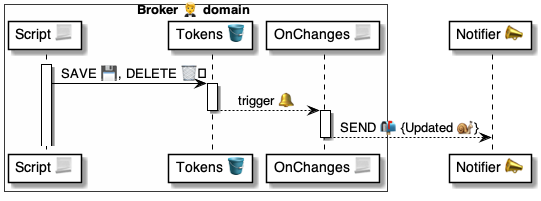
Above: 4 ⚙️ Solution/20 🧑‍🦰 UI/Brokers 🤵/🤵🪣 Broker tables/Tokens 🎫 table/🪣🔔 OnTokenAltered/🤵 OnTokenAltered ⚙️ uml.png in pollyweb-org/pollyweb-docs (PlantUML), before the change. Its source is kept beside it as 4 ⚙️ Solution/20 🧑‍🦰 UI/Brokers 🤵/🤵🪣 Broker tables/Tokens 🎫 table/🪣🔔 OnTokenAltered/🤵 OnTokenAltered ⚙️ uml.puml.
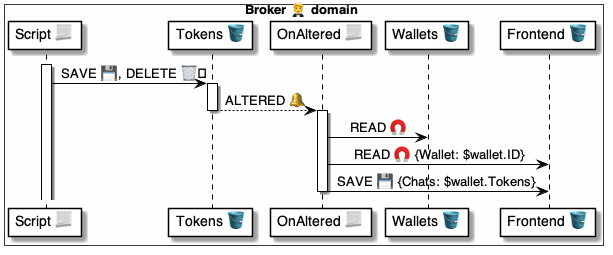
After the commit.

What changed in the source:
```diff
@@ -4,21 +4,23 @@
 box Broker 🤵 domain #FFFFFA
     participant "Script 📃" as script
     participant "Tokens 🪣" as tokens
-    participant "OnChanges 📃" as change
+    participant "OnAltered 📃" as handler
+    participant "Wallets 🪣" as wallets
+    participant "Frontend 🪣" as frontend
 end box
-
-participant "Notifier 📣" as notifier
 
 
 activate script
     script -> tokens: SAVE 💾, DELETE 🗑️
 
 activate tokens
-    tokens --> change: trigger 🔔
+    tokens --> handler: ALTERED 🔔
 deactivate tokens
 
-activate change
-    change --> notifier: SEND 📬 {Updated 🐌}
-deactivate change
+activate handler
+    handler -> wallets: READ 🧲
+    handler -> frontend: READ 🧲 {Wallet: $wallet.ID}
+    handler -> frontend: SAVE 💾 {Chats: $wallet.Tokens}
+deactivate handler
 
 @enduml
```
